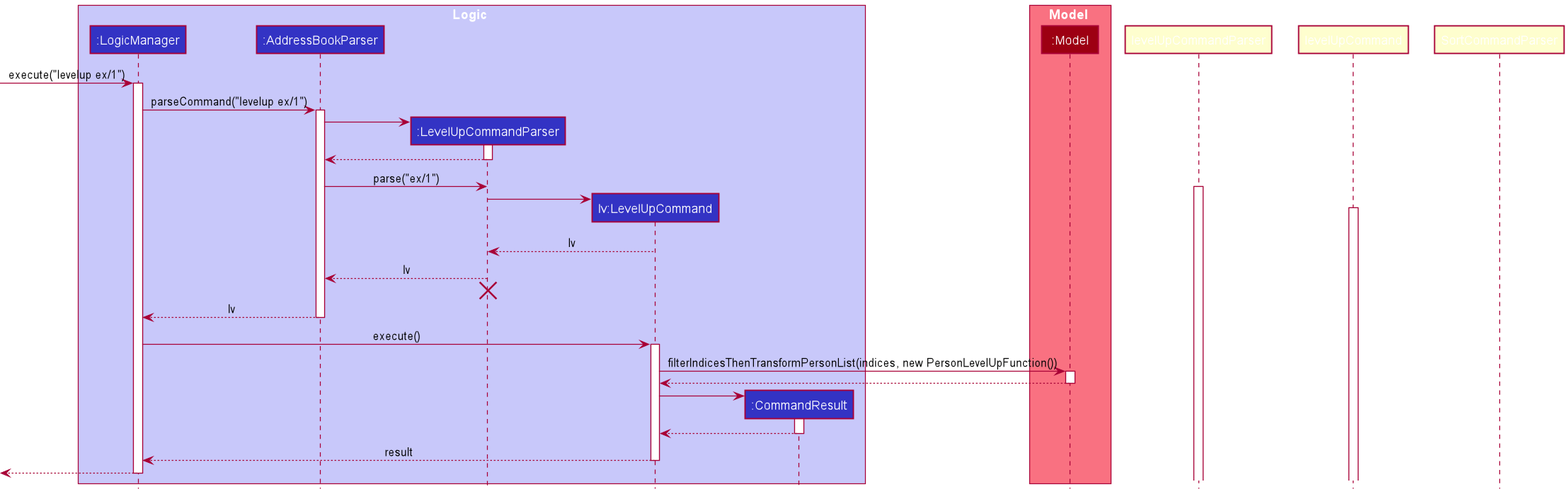
Earlier version of the PlantUML export docs/images/LevelUpSequenceDiagram.png (nus-cs2103-AY2021S2/tp).
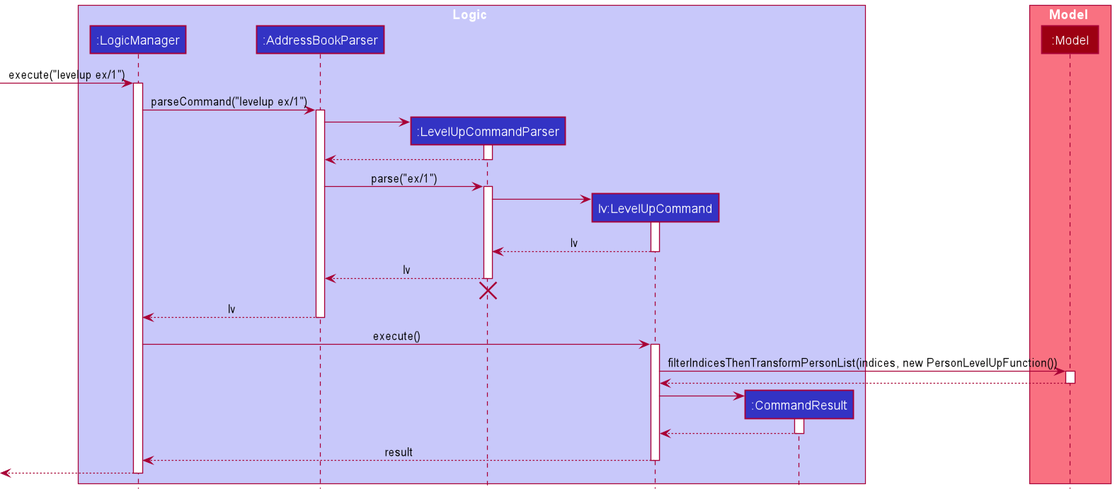
Later version of the same file.

Diff of the diagram source:
```diff
@@ -27,17 +27,17 @@
 deactivate LevelUpCommandParser
 
 AddressBookParser -> LevelUpCommandParser : parse("ex/1")
-activate levelUpCommandParser
+activate LevelUpCommandParser
 
 create LevelUpCommand
 LevelUpCommandParser -> LevelUpCommand
-activate levelUpCommand
+activate LevelUpCommand
 
 LevelUpCommand --> LevelUpCommandParser : lv
 deactivate LevelUpCommand
 
 LevelUpCommandParser --> AddressBookParser : lv
-deactivate SortCommandParser
+deactivate LevelUpCommandParser
 LevelUpCommandParser -[hidden]-> AddressBookParser
 destroy LevelUpCommandParser
 
```
